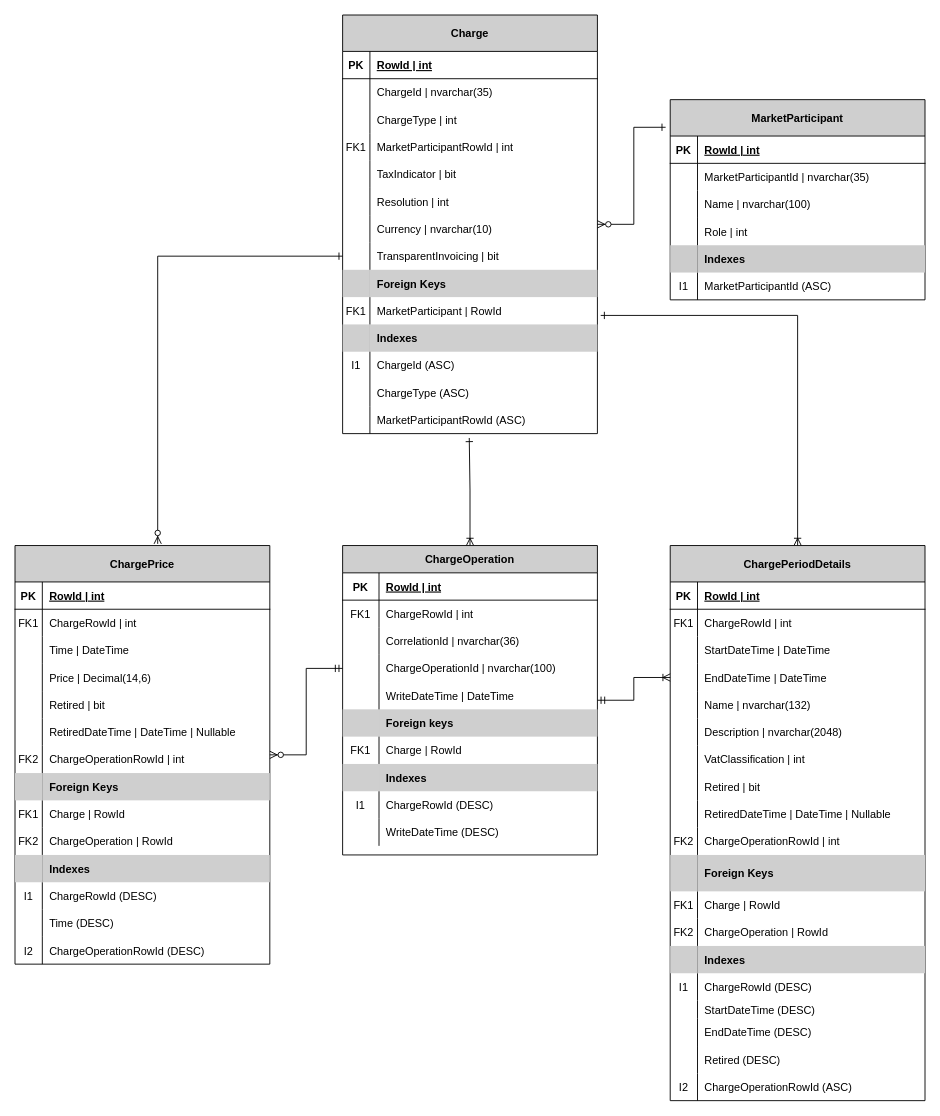
Energinet-DataHub/ARCHIVED-geh-charges keeps this draw.io diagram as docs/data-models/ChargesDataModel.drawio. Above is the earlier version. Source tidied: cells renumbered, new cells numbered last; positions are measured from the earlier drawing's top-left corner, leaving out a move shared by most shapes. Both pictures are drawn from the tidied source at 91%, with x=0, y=0 at pixel (15, 15).
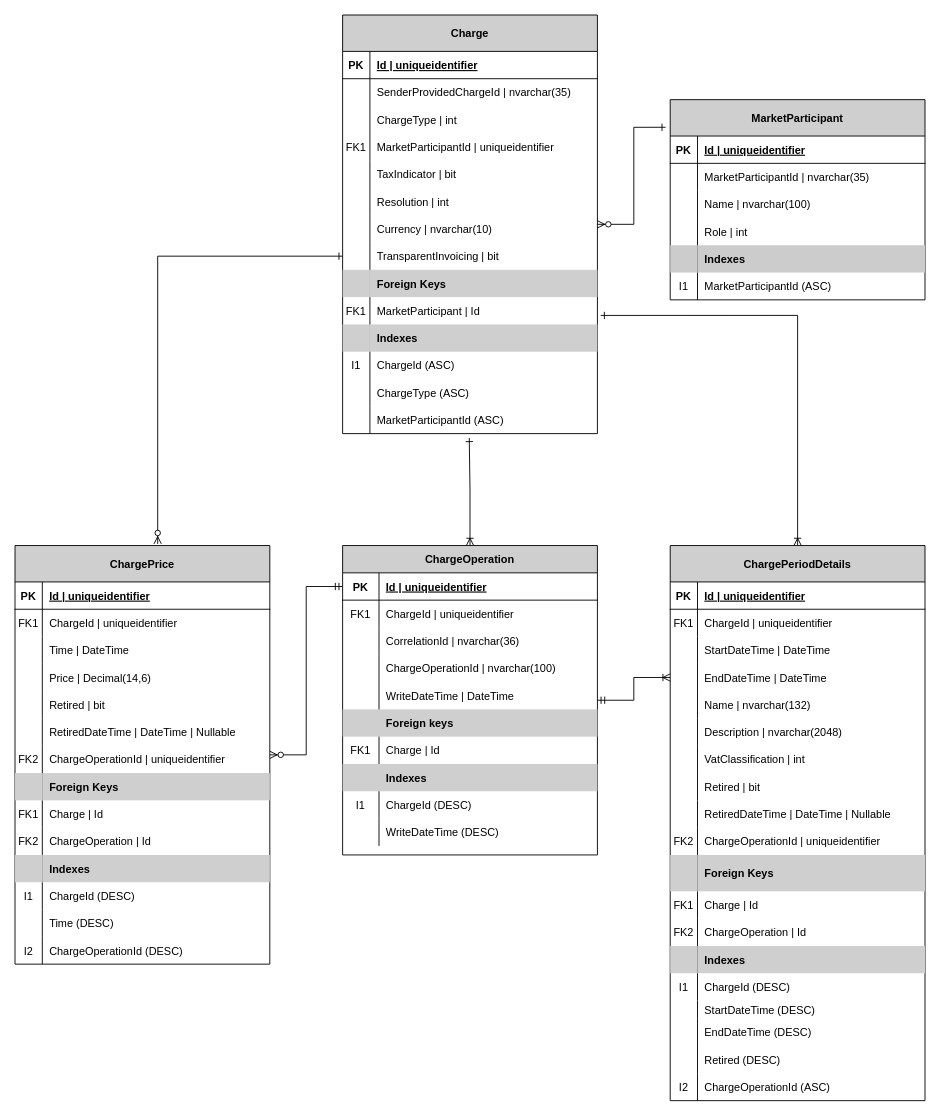
The same diagram, later.

Commit message (it also covers changes not shown here):
Removed rowIds and changed int to uniqueidentifier

Unchanged cells that the change refers to:
```xml
<mxCell id="4" style="shape=partialRectangle;fillColor=none;top=0;left=0;bottom=1;right=0;" parent="3" vertex="1">
<mxCell id="7" style="shape=partialRectangle;fillColor=none;top=0;left=0;bottom=0;right=0;" parent="3" vertex="1">
<mxCell id="13" style="shape=partialRectangle;fillColor=none;top=0;left=0;bottom=0;right=0;" parent="3" vertex="1">
<mxCell id="31" style="shape=partialRectangle;fillColor=none;top=0;left=0;bottom=0;right=0;" parent="3" vertex="1">
<mxCell id="43" style="shape=partialRectangle;fillColor=none;top=0;left=0;bottom=0;right=0;points=[[0,0.5],[1,0.5]];portConstraint=eastwest;" parent="3" vertex="1">
<mxCell id="49" style="shape=partialRectangle;fillColor=none;top=0;left=0;bottom=1;right=0;points=[[0,0.5],[1,0.5]];portConstraint=eastwest;" parent="48" vertex="1">
<mxCell id="52" style="shape=partialRectangle;fillColor=none;top=0;left=0;bottom=0;right=0;" parent="48" vertex="1">
<mxCell id="58" style="shape=partialRectangle;fillColor=none;top=0;left=0;bottom=0;right=0;points=[[0,0.5],[1,0.5]];portConstraint=eastwest;" parent="48" vertex="1">
<mxCell id="67" style="shape=partialRectangle;fillColor=none;top=0;left=0;bottom=0;right=0;" parent="48" vertex="1">
<mxCell id="73" style="shape=partialRectangle;fillColor=none;top=0;left=0;bottom=0;right=0;" parent="48" vertex="1">
<mxCell id="81" style="shape=partialRectangle;fillColor=none;top=0;left=0;bottom=1;right=0;" parent="80" vertex="1">
<mxCell id="84" style="shape=partialRectangle;fillColor=none;top=0;left=0;bottom=0;right=0;" parent="80" vertex="1">
<mxCell id="108" style="shape=partialRectangle;fillColor=none;top=0;left=0;bottom=0;right=0;" parent="80" vertex="1">
<mxCell id="114" style="shape=partialRectangle;fillColor=none;top=0;left=0;bottom=0;right=0;" parent="80" vertex="1">
<mxCell id="117" style="shape=partialRectangle;fillColor=none;top=0;left=0;bottom=0;right=0;" parent="80" vertex="1">
<mxCell id="123" style="shape=partialRectangle;fillColor=none;top=0;left=0;bottom=0;right=0;" parent="80" vertex="1">
<mxCell id="135" style="shape=partialRectangle;fillColor=none;top=0;left=0;bottom=0;right=0;" parent="80" vertex="1">
<mxCell id="139" value="ChargePrice" style="shape=table;startSize=40;childLayout=tableLayout;rowLines=0;fontStyle=1;align=center;fillColor=#CFCFCF;" parent="1" vertex="1">
<mxCell id="140" style="shape=partialRectangle;fillColor=none;top=0;left=0;bottom=1;right=0;" parent="139" vertex="1">
<mxCell id="143" style="shape=partialRectangle;fillColor=none;top=0;left=0;bottom=0;right=0;" parent="139" vertex="1">
<mxCell id="158" style="shape=partialRectangle;fillColor=none;top=0;left=0;bottom=0;right=0;" parent="139" vertex="1">
<mxCell id="164" style="shape=partialRectangle;fillColor=none;top=0;left=0;bottom=0;right=0;" parent="139" vertex="1">
<mxCell id="167" style="shape=partialRectangle;fillColor=none;top=0;left=0;bottom=0;right=0;" parent="139" vertex="1">
<mxCell id="173" style="shape=partialRectangle;fillColor=none;top=0;left=0;bottom=0;right=0;" parent="139" vertex="1">
<mxCell id="179" style="shape=partialRectangle;fillColor=none;top=0;left=0;bottom=0;right=0;" parent="139" vertex="1">
<mxCell id="183" style="shape=partialRectangle;fillColor=none;top=0;left=0;bottom=1;right=0;" parent="182" vertex="1">
```

Diff of the diagram source:
```diff
@@
-    <mxCell id="6" value="RowId | int" style="shape=partialRectangle;fillColor=none;top=0;left=0;bottom=0;right=0;align=left;spacingLeft=6;fontStyle=5;overflow=hidden;" parent="4" vertex="1">
+    <mxCell id="6" value="Id | uniqueidentifier" style="shape=partialRectangle;fillColor=none;top=0;left=0;bottom=0;right=0;align=left;spacingLeft=6;fontStyle=5;overflow=hidden;" parent="4" vertex="1">
       <mxGeometry x="30" width="250" height="30" as="geometry" />
     </mxCell>
@@
-    <mxCell id="9" value="ChargeId | nvarchar(35)" style="shape=partialRectangle;fillColor=none;top=0;left=0;bottom=0;right=0;align=left;spacingLeft=6;overflow=hidden;" parent="7" vertex="1">
+    <mxCell id="9" value="SenderProvidedChargeId | nvarchar(35)" style="shape=partialRectangle;fillColor=none;top=0;left=0;bottom=0;right=0;align=left;spacingLeft=6;overflow=hidden;" parent="7" vertex="1">
       <mxGeometry x="30" width="250" height="30" as="geometry" />
     </mxCell>
@@
-    <mxCell id="15" value="MarketParticipantRowId | int" style="shape=partialRectangle;fillColor=none;top=0;left=0;bottom=0;right=0;align=left;spacingLeft=6;overflow=hidden;" parent="13" vertex="1">
+    <mxCell id="15" value="MarketParticipantId | uniqueidentifier" style="shape=partialRectangle;fillColor=none;top=0;left=0;bottom=0;right=0;align=left;spacingLeft=6;overflow=hidden;" parent="13" vertex="1">
       <mxGeometry x="30" width="250" height="30" as="geometry" />
     </mxCell>
@@
-    <mxCell id="33" value="MarketParticipant | RowId" style="shape=partialRectangle;fillColor=none;top=0;left=0;bottom=0;right=0;align=left;spacingLeft=6;overflow=hidden;" parent="31" vertex="1">
+    <mxCell id="33" value="MarketParticipant | Id" style="shape=partialRectangle;fillColor=none;top=0;left=0;bottom=0;right=0;align=left;spacingLeft=6;overflow=hidden;" parent="31" vertex="1">
       <mxGeometry x="30" width="250" height="30" as="geometry" />
     </mxCell>
@@
-    <mxCell id="45" value="MarketParticipantRowId (ASC)" style="shape=partialRectangle;fillColor=none;top=0;left=0;bottom=0;right=0;align=left;spacingLeft=6;overflow=hidden;labelBackgroundColor=none;" parent="43" vertex="1">
+    <mxCell id="45" value="MarketParticipantId (ASC)" style="shape=partialRectangle;fillColor=none;top=0;left=0;bottom=0;right=0;align=left;spacingLeft=6;overflow=hidden;labelBackgroundColor=none;" parent="43" vertex="1">
       <mxGeometry x="30" width="250" height="30" as="geometry" />
     </mxCell>
@@
-    <mxCell id="51" value="RowId | int" style="shape=partialRectangle;fillColor=none;top=0;left=0;bottom=0;right=0;align=left;spacingLeft=6;fontStyle=5;overflow=hidden;" parent="49" vertex="1">
+    <mxCell id="51" value="Id | uniqueidentifier" style="shape=partialRectangle;fillColor=none;top=0;left=0;bottom=0;right=0;align=left;spacingLeft=6;fontStyle=5;overflow=hidden;" parent="49" vertex="1">
       <mxGeometry x="40" width="240" height="30" as="geometry" />
     </mxCell>
@@
-    <mxCell id="54" value="ChargeRowId | int" style="shape=partialRectangle;fillColor=none;top=0;left=0;bottom=0;right=0;align=left;spacingLeft=6;overflow=hidden;" parent="52" vertex="1">
+    <mxCell id="54" value="ChargeId | uniqueidentifier" style="shape=partialRectangle;fillColor=none;top=0;left=0;bottom=0;right=0;align=left;spacingLeft=6;overflow=hidden;" parent="52" vertex="1">
       <mxGeometry x="40" width="240" height="30" as="geometry" />
     </mxCell>
@@
-    <mxCell id="69" value="Charge | RowId" style="shape=partialRectangle;fillColor=none;top=0;left=0;bottom=0;right=0;align=left;spacingLeft=6;overflow=hidden;" parent="67" vertex="1">
+    <mxCell id="69" value="Charge | Id" style="shape=partialRectangle;fillColor=none;top=0;left=0;bottom=0;right=0;align=left;spacingLeft=6;overflow=hidden;" parent="67" vertex="1">
       <mxGeometry x="40" width="240" height="30" as="geometry" />
     </mxCell>
@@
-    <mxCell id="75" value="ChargeRowId (DESC)" style="shape=partialRectangle;fillColor=none;top=0;left=0;bottom=0;right=0;align=left;spacingLeft=6;overflow=hidden;" parent="73" vertex="1">
+    <mxCell id="75" value="ChargeId (DESC)" style="shape=partialRectangle;fillColor=none;top=0;left=0;bottom=0;right=0;align=left;spacingLeft=6;overflow=hidden;" parent="73" vertex="1">
       <mxGeometry x="40" width="240" height="30" as="geometry" />
     </mxCell>
@@
-    <mxCell id="83" value="RowId | int" style="shape=partialRectangle;fillColor=none;top=0;left=0;bottom=0;right=0;align=left;spacingLeft=6;fontStyle=5;overflow=hidden;" parent="81" vertex="1">
+    <mxCell id="83" value="Id | uniqueidentifier" style="shape=partialRectangle;fillColor=none;top=0;left=0;bottom=0;right=0;align=left;spacingLeft=6;fontStyle=5;overflow=hidden;" parent="81" vertex="1">
       <mxGeometry x="30" width="250" height="30" as="geometry" />
     </mxCell>
@@
-    <mxCell id="86" value="ChargeRowId | int" style="shape=partialRectangle;fillColor=none;top=0;left=0;bottom=0;right=0;align=left;spacingLeft=6;overflow=hidden;" parent="84" vertex="1">
+    <mxCell id="86" value="ChargeId | uniqueidentifier" style="shape=partialRectangle;fillColor=none;top=0;left=0;bottom=0;right=0;align=left;spacingLeft=6;overflow=hidden;" parent="84" vertex="1">
       <mxGeometry x="30" width="250" height="30" as="geometry" />
     </mxCell>
@@
-    <mxCell id="110" value="ChargeOperationRowId | int" style="shape=partialRectangle;fillColor=none;top=0;left=0;bottom=0;right=0;align=left;spacingLeft=6;overflow=hidden;" parent="108" vertex="1">
+    <mxCell id="110" value="ChargeOperationId | uniqueidentifier" style="shape=partialRectangle;fillColor=none;top=0;left=0;bottom=0;right=0;align=left;spacingLeft=6;overflow=hidden;" parent="108" vertex="1">
       <mxGeometry x="30" width="250" height="30" as="geometry" />
     </mxCell>
@@
-    <mxCell id="116" value="Charge | RowId" style="shape=partialRectangle;fillColor=none;top=0;left=0;bottom=0;right=0;align=left;spacingLeft=6;overflow=hidden;" parent="114" vertex="1">
+    <mxCell id="116" value="Charge | Id" style="shape=partialRectangle;fillColor=none;top=0;left=0;bottom=0;right=0;align=left;spacingLeft=6;overflow=hidden;" parent="114" vertex="1">
       <mxGeometry x="30" width="250" height="30" as="geometry" />
     </mxCell>
@@
-    <mxCell id="119" value="ChargeOperation | RowId" style="shape=partialRectangle;fillColor=none;top=0;left=0;bottom=0;right=0;align=left;spacingLeft=6;overflow=hidden;" parent="117" vertex="1">
+    <mxCell id="119" value="ChargeOperation | Id" style="shape=partialRectangle;fillColor=none;top=0;left=0;bottom=0;right=0;align=left;spacingLeft=6;overflow=hidden;" parent="117" vertex="1">
       <mxGeometry x="30" width="250" height="30" as="geometry" />
     </mxCell>
@@
-    <mxCell id="125" value="ChargeRowId (DESC)" style="shape=partialRectangle;fillColor=none;top=0;left=0;bottom=0;right=0;align=left;spacingLeft=6;overflow=hidden;" parent="123" vertex="1">
+    <mxCell id="125" value="ChargeId (DESC)" style="shape=partialRectangle;fillColor=none;top=0;left=0;bottom=0;right=0;align=left;spacingLeft=6;overflow=hidden;" parent="123" vertex="1">
       <mxGeometry x="30" width="250" height="30" as="geometry" />
     </mxCell>
@@
-    <mxCell id="137" value="ChargeOperationRowId (ASC)" style="shape=partialRectangle;fillColor=none;top=0;left=0;bottom=0;right=0;align=left;spacingLeft=6;overflow=hidden;" parent="135" vertex="1">
+    <mxCell id="137" value="ChargeOperationId (ASC)" style="shape=partialRectangle;fillColor=none;top=0;left=0;bottom=0;right=0;align=left;spacingLeft=6;overflow=hidden;" parent="135" vertex="1">
       <mxGeometry x="30" width="250" height="30" as="geometry" />
     </mxCell>
-    <mxCell id="138" style="edgeStyle=orthogonalEdgeStyle;rounded=0;jettySize=auto;html=1;entryX=0;entryY=0.5;entryDx=0;entryDy=0;fontColor=#000000;startArrow=ERzeroToMany;startFill=1;endArrow=ERmandOne;endFill=0;" parent="1" edge="1" source="139" target="58">
+    <mxCell id="138" style="edgeStyle=orthogonalEdgeStyle;rounded=0;jettySize=auto;html=1;entryX=0;entryY=0.5;entryDx=0;entryDy=0;fontColor=#000000;startArrow=ERzeroToMany;startFill=1;endArrow=ERmandOne;endFill=0;" parent="1" edge="1" source="139" target="49">
       <mxGeometry relative="1" as="geometry" />
     </mxCell>
@@
-    <mxCell id="142" value="RowId | int" style="shape=partialRectangle;fillColor=none;top=0;left=0;bottom=0;right=0;align=left;spacingLeft=6;fontStyle=5;overflow=hidden;" parent="140" vertex="1">
+    <mxCell id="142" value="Id | uniqueidentifier" style="shape=partialRectangle;fillColor=none;top=0;left=0;bottom=0;right=0;align=left;spacingLeft=6;fontStyle=5;overflow=hidden;" parent="140" vertex="1">
       <mxGeometry x="30" width="250" height="30" as="geometry" />
     </mxCell>
@@
-    <mxCell id="145" value="ChargeRowId | int" style="shape=partialRectangle;fillColor=none;top=0;left=0;bottom=0;right=0;align=left;spacingLeft=6;overflow=hidden;" parent="143" vertex="1">
+    <mxCell id="145" value="ChargeId | uniqueidentifier" style="shape=partialRectangle;fillColor=none;top=0;left=0;bottom=0;right=0;align=left;spacingLeft=6;overflow=hidden;" parent="143" vertex="1">
       <mxGeometry x="30" width="250" height="30" as="geometry" />
     </mxCell>
@@
-    <mxCell id="160" value="ChargeOperationRowId | int" style="shape=partialRectangle;fillColor=none;top=0;left=0;bottom=0;right=0;align=left;spacingLeft=6;overflow=hidden;" parent="158" vertex="1">
+    <mxCell id="160" value="ChargeOperationId | uniqueidentifier" style="shape=partialRectangle;fillColor=none;top=0;left=0;bottom=0;right=0;align=left;spacingLeft=6;overflow=hidden;" parent="158" vertex="1">
       <mxGeometry x="30" width="250" height="30" as="geometry" />
     </mxCell>
@@
-    <mxCell id="166" value="Charge | RowId" style="shape=partialRectangle;fillColor=none;top=0;left=0;bottom=0;right=0;align=left;spacingLeft=6;overflow=hidden;" parent="164" vertex="1">
+    <mxCell id="166" value="Charge | Id" style="shape=partialRectangle;fillColor=none;top=0;left=0;bottom=0;right=0;align=left;spacingLeft=6;overflow=hidden;" parent="164" vertex="1">
       <mxGeometry x="30" width="250" height="30" as="geometry" />
     </mxCell>
@@
-    <mxCell id="169" value="ChargeOperation | RowId" style="shape=partialRectangle;fillColor=none;top=0;left=0;bottom=0;right=0;align=left;spacingLeft=6;overflow=hidden;" parent="167" vertex="1">
+    <mxCell id="169" value="ChargeOperation | Id" style="shape=partialRectangle;fillColor=none;top=0;left=0;bottom=0;right=0;align=left;spacingLeft=6;overflow=hidden;" parent="167" vertex="1">
       <mxGeometry x="30" width="250" height="30" as="geometry" />
     </mxCell>
@@
-    <mxCell id="175" value="ChargeRowId (DESC)" style="shape=partialRectangle;fillColor=none;top=0;left=0;bottom=0;right=0;align=left;spacingLeft=6;overflow=hidden;" parent="173" vertex="1">
+    <mxCell id="175" value="ChargeId (DESC)" style="shape=partialRectangle;fillColor=none;top=0;left=0;bottom=0;right=0;align=left;spacingLeft=6;overflow=hidden;" parent="173" vertex="1">
       <mxGeometry x="30" width="250" height="30" as="geometry" />
     </mxCell>
@@
-    <mxCell id="181" value="ChargeOperationRowId (DESC)" style="shape=partialRectangle;fillColor=none;top=0;left=0;bottom=0;right=0;align=left;spacingLeft=6;overflow=hidden;" parent="179" vertex="1">
+    <mxCell id="181" value="ChargeOperationId (DESC)" style="shape=partialRectangle;fillColor=none;top=0;left=0;bottom=0;right=0;align=left;spacingLeft=6;overflow=hidden;" parent="179" vertex="1">
       <mxGeometry x="30" width="250" height="30" as="geometry" />
     </mxCell>
@@
-    <mxCell id="185" value="RowId | int" style="shape=partialRectangle;fillColor=none;top=0;left=0;bottom=0;right=0;align=left;spacingLeft=6;fontStyle=5;overflow=hidden;" parent="183" vertex="1">
+    <mxCell id="185" value="Id | uniqueidentifier" style="shape=partialRectangle;fillColor=none;top=0;left=0;bottom=0;right=0;align=left;spacingLeft=6;fontStyle=5;overflow=hidden;" parent="183" vertex="1">
       <mxGeometry x="30" width="250" height="30" as="geometry" />
     </mxCell>
```
